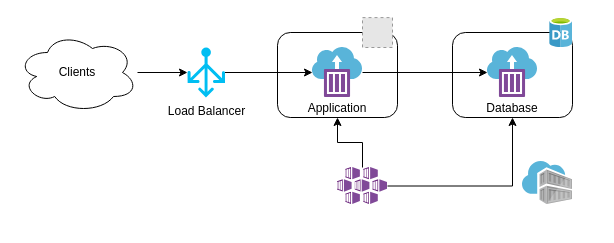
Before: page "Docker" (2 of 2) of docs/img/architecture-overview.drawio in ivangeorgiev/api-demo, a draw.io diagram. Source tidied: cells renumbered, new cells numbered last; positions are measured from the earlier drawing's top-left corner, leaving out a move shared by most shapes. Both pictures are drawn from the tidied source at 100%, with x=0, y=0 at pixel (17, 17). Pictures stored in the file or linked from it are replaced by grey dashed boxes.
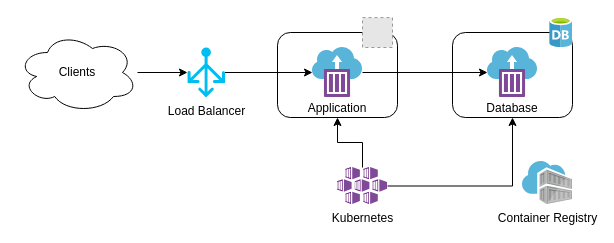
The same diagram, later.

Diff of the diagram source:
```diff
@@
 <mxGraphModel>
   <root>
     <mxCell id="0" />
     <mxCell id="1" parent="0" />
     <mxCell id="2" value="Application" style="rounded=1;whiteSpace=wrap;html=1;verticalAlign=bottom;" parent="1" vertex="1">
       <mxGeometry x="260" y="15" width="120" height="85" as="geometry" />
     </mxCell>
     <mxCell id="3" value="Database" style="rounded=1;whiteSpace=wrap;html=1;verticalAlign=bottom;" parent="1" vertex="1">
       <mxGeometry x="435" y="15" width="120" height="85" as="geometry" />
     </mxCell>
     <mxCell id="4" style="edgeStyle=orthogonalEdgeStyle;rounded=0;jettySize=auto;html=1;" parent="1" edge="1" source="5" target="10">
       <mxGeometry relative="1" as="geometry" />
     </mxCell>
     <mxCell id="5" style="html=1;points=[];align=center;image;fontSize=12;image=img/lib/mscae/Container_Instances.svg;" parent="1" vertex="1">
       <mxGeometry x="295" y="30" width="50" height="50" as="geometry" />
     </mxCell>
-    <mxCell id="6" style="html=1;align=center;image;fontSize=12;image=img/lib/mscae/Container_Registries.svg;" parent="1" vertex="1">
+    <mxCell id="6" value="Container Registry" style="html=1;align=center;image;fontSize=12;image=img/lib/mscae/Container_Registries.svg;" parent="1" vertex="1">
       <mxGeometry x="505" y="144" width="50" height="43" as="geometry" />
     </mxCell>
     <mxCell id="7" style="edgeStyle=orthogonalEdgeStyle;rounded=0;jettySize=auto;html=1;" parent="1" edge="1" source="9" target="2">
       <mxGeometry relative="1" as="geometry" />
     </mxCell>
     <mxCell id="8" style="edgeStyle=orthogonalEdgeStyle;rounded=0;jettySize=auto;html=1;entryX=0.5;entryY=1;entryDx=0;entryDy=0;" parent="1" edge="1" source="9" target="3">
       <mxGeometry relative="1" as="geometry" />
     </mxCell>
-    <mxCell id="9" style="html=1;points=[];align=center;image;fontSize=12;image=img/lib/mscae/Kubernetes_Services.svg;" parent="1" vertex="1">
+    <mxCell id="9" value="Kubernetes" style="html=1;points=[];align=center;image;fontSize=12;image=img/lib/mscae/Kubernetes_Services.svg;" parent="1" vertex="1">
       <mxGeometry x="320" y="150" width="50" height="37" as="geometry" />
     </mxCell>
     <mxCell id="10" style="html=1;points=[];align=center;image;fontSize=12;image=img/lib/mscae/Container_Instances.svg;" parent="1" vertex="1">
       <mxGeometry x="470" y="30" width="50" height="50" as="geometry" />
     </mxCell>
     <mxCell id="11" style="html=1;align=center;image;fontSize=12;image=img/lib/mscae/Database_General.svg;" parent="1" vertex="1">
       <mxGeometry x="532.2" width="22.8" height="30" as="geometry" />
     </mxCell>
     <mxCell id="12" style="edgeStyle=orthogonalEdgeStyle;rounded=0;jettySize=auto;html=1;" parent="1" edge="1" source="13" target="5">
       <mxGeometry relative="1" as="geometry" />
     </mxCell>
     <mxCell id="13" value="Load Balancer" style="verticalLabelPosition=bottom;html=1;verticalAlign=top;align=center;strokeColor=none;fillColor=#00BEF2;shape=mxgraph.azure.load_balancer_generic;" parent="1" vertex="1">
       <mxGeometry x="170" y="30" width="37.5" height="50" as="geometry" />
     </mxCell>
     <mxCell id="14" style="edgeStyle=orthogonalEdgeStyle;rounded=0;jettySize=auto;html=1;entryX=0;entryY=0.5;entryDx=0;entryDy=0;entryPerimeter=0;" parent="1" edge="1" source="15" target="13">
       <mxGeometry relative="1" as="geometry" />
     </mxCell>
     <mxCell id="15" value="Clients" style="ellipse;shape=cloud;whiteSpace=wrap;html=1;" parent="1" vertex="1">
       <mxGeometry y="15" width="120" height="80" as="geometry" />
     </mxCell>
     <mxCell id="16" style="fillColor=#E6E6E6;strokeColor=#999999;dashed=1;verticalLabelPosition=bottom;labelBackgroundColor=#ffffff;verticalAlign=top;" parent="1" vertex="1">
       <mxGeometry x="345" y="0.1" width="30" height="29.9" as="geometry" />
     </mxCell>
   </root>
 </mxGraphModel>
```
